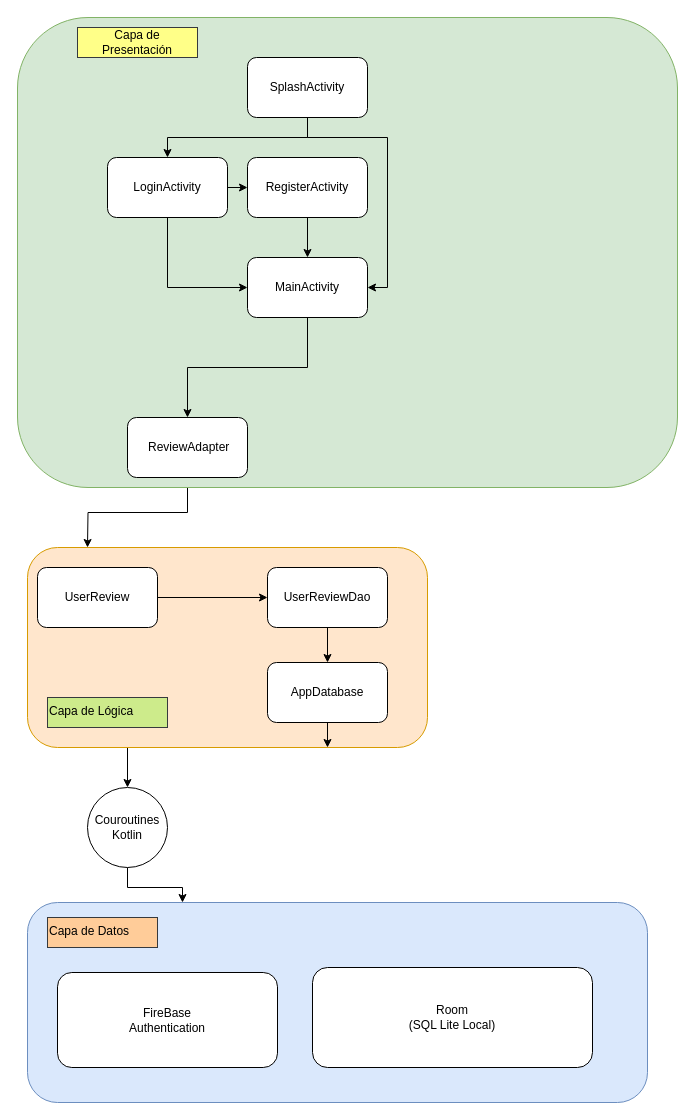
Above: Diagrama De Clases/Diagrama Arquitectura.drawio in marcosgb9/MyList (draw.io), before the change. Source tidied: cells renumbered, new cells numbered last; positions are measured from the earlier drawing's top-left corner, leaving out a move shared by most shapes. Both pictures are drawn from the tidied source at 100%, with x=0, y=0 at pixel (17, 17).
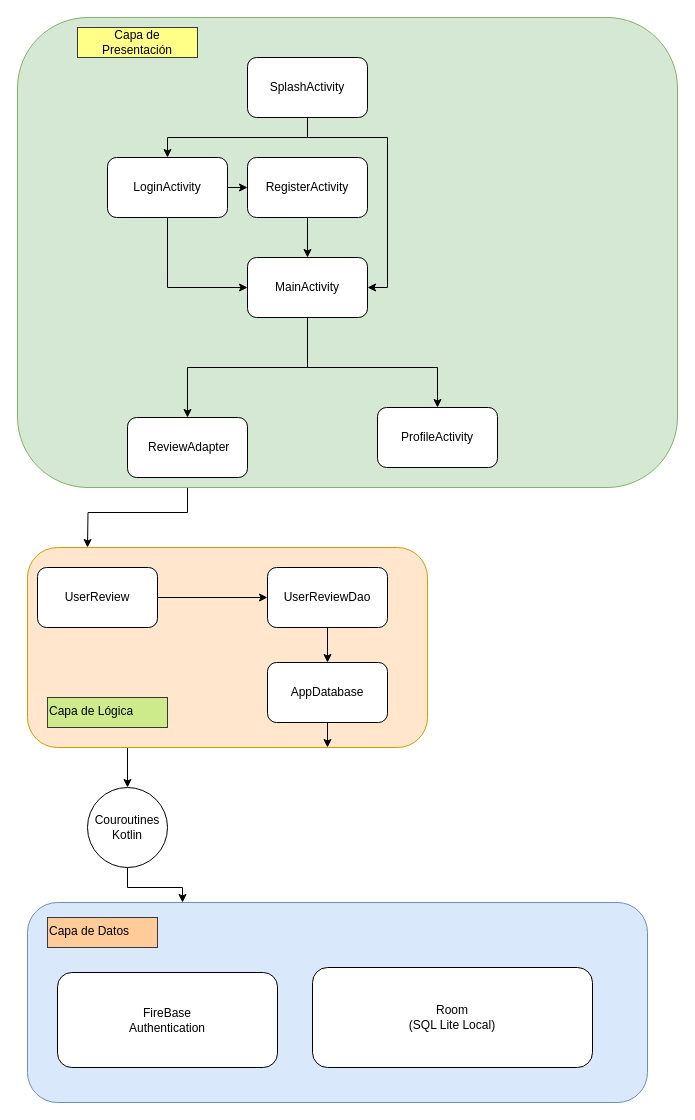
Above is the later version.

Unchanged cells that the change refers to:
```xml
<mxCell id="20" value="MainActivity" style="rounded=1;whiteSpace=wrap;html=1;" parent="1" vertex="1">
  <mxGeometry x="230" y="240" width="120" height="60" as="geometry" />
</mxCell>
```

Diff of the diagram source:
```diff
@@
+    <mxCell id="31" value="ProfileActivity" style="rounded=1;whiteSpace=wrap;html=1;" parent="1" vertex="1">
+      <mxGeometry x="360" y="390" width="120" height="60" as="geometry" />
+    </mxCell>
+    <mxCell id="32" style="edgeStyle=orthogonalEdgeStyle;rounded=0;jettySize=auto;html=1;exitX=0.5;exitY=1;exitDx=0;exitDy=0;entryX=0.5;entryY=0;entryDx=0;entryDy=0;" parent="1" edge="1" source="20" target="31">
+      <mxGeometry relative="1" as="geometry">
+        <Array as="points">
+          <mxPoint x="290" y="350" />
+        </Array>
+      </mxGeometry>
+    </mxCell>
```
